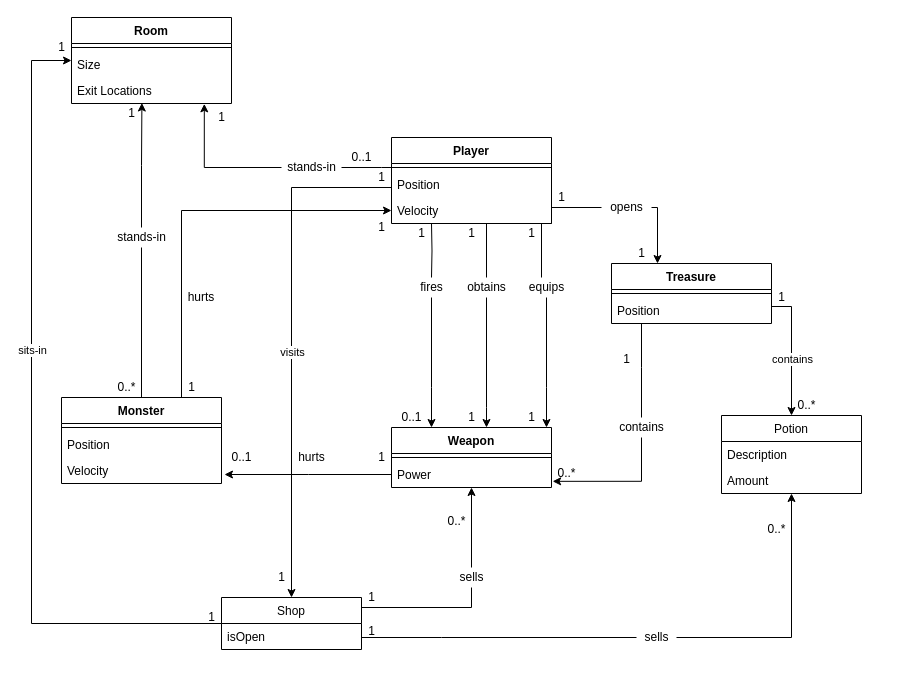
Lisa-Shi/Dungeon_Crawler keeps this draw.io diagram as page "Page-1" (1 of 3) of Diagrams/Final Diagrams/M2DomainModel.drawio. Above is the earlier version. Source tidied: cells renumbered, new cells numbered last; positions are measured from the earlier drawing's top-left corner, leaving out a move shared by most shapes. Both pictures are drawn from the tidied source at 100%, with x=0, y=0 at pixel (31, 17).
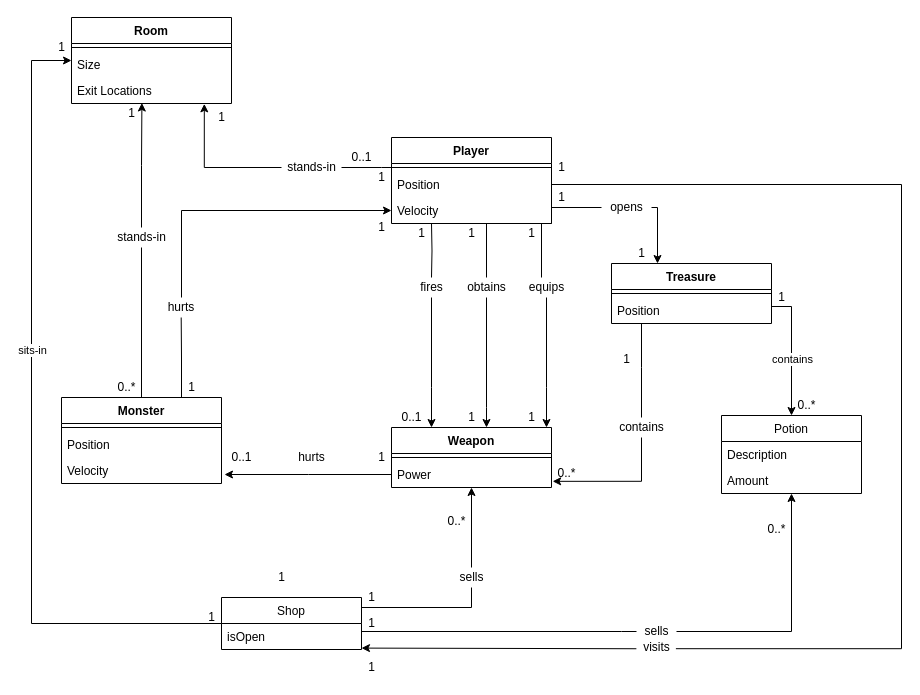
After the change.

Commit message:
Improved look of Domain Model

Unchanged cells that the change refers to:
```xml
<mxCell id="6" value="Player" style="swimlane;fontStyle=1;align=center;verticalAlign=top;horizontal=1;startSize=26;" parent="1" vertex="1">
  <mxGeometry x="360" y="120" width="160" height="86" as="geometry" />
</mxCell>
<mxCell id="8" value="Position" style="text;strokeColor=none;fillColor=none;align=left;verticalAlign=top;spacingLeft=4;spacingRight=4;overflow=hidden;points=[[0,0.5],[1,0.5]];portConstraint=eastwest;" parent="6" vertex="1">
  <mxGeometry y="34" width="160" height="26" as="geometry" />
</mxCell>
<mxCell id="9" value="Velocity" style="text;strokeColor=none;fillColor=none;align=left;verticalAlign=top;spacingLeft=4;spacingRight=4;overflow=hidden;points=[[0,0.5],[1,0.5]];portConstraint=eastwest;" parent="6" vertex="1">
  <mxGeometry y="60" width="160" height="26" as="geometry" />
</mxCell>
<mxCell id="38" value="Monster" style="swimlane;fontStyle=1;align=center;verticalAlign=top;horizontal=1;startSize=26;" parent="1" vertex="1">
  <mxGeometry x="30" y="380" width="160" height="86" as="geometry" />
</mxCell>
<mxCell id="51" value="Shop" style="swimlane;fontStyle=0;horizontal=1;startSize=26;fillColor=none;" parent="1" vertex="1">
  <mxGeometry x="190" y="580" width="140" height="52" as="geometry" />
</mxCell>
<mxCell id="73" value="Potion" style="swimlane;fontStyle=0;horizontal=1;startSize=26;fillColor=none;" parent="1" vertex="1">
  <mxGeometry x="690" y="398" width="140" height="78" as="geometry" />
</mxCell>
```

Diff of the diagram source:
```diff
@@
-    <mxCell id="4" style="edgeStyle=orthogonalEdgeStyle;rounded=0;jettySize=auto;html=1;entryX=0.5;entryY=0;entryDx=0;entryDy=0;" parent="1" edge="1" source="6" target="51">
-      <mxGeometry relative="1" as="geometry">
-        <Array as="points">
-          <mxPoint x="260" y="170" />
-        </Array>
-      </mxGeometry>
-    </mxCell>
-    <mxCell id="5" value="visits" style="edgeLabel;html=1;align=center;verticalAlign=middle;points=[];" parent="4" vertex="1">
-      <mxGeometry x="0.04" y="5" relative="1" as="geometry">
-        <mxPoint x="-5" y="-1" as="offset" />
-      </mxGeometry>
-    </mxCell>
@@
+    <mxCell id="91" style="edgeStyle=orthogonalEdgeStyle;rounded=0;jettySize=auto;html=1;exitX=0.75;exitY=0;exitDx=0;exitDy=0;endArrow=none;endFill=0;" parent="1" edge="1" source="38">
+      <mxGeometry relative="1" as="geometry">
+        <mxPoint x="149.7" y="300" as="targetPoint" />
+      </mxGeometry>
+    </mxCell>
@@
     <mxCell id="50" style="edgeStyle=orthogonalEdgeStyle;rounded=0;jettySize=auto;html=1;startArrow=none;startFill=0;endArrow=classic;endFill=1;" parent="1" edge="1" source="83" target="73">
       <mxGeometry relative="1" as="geometry">
         <Array as="points">
-          <mxPoint x="760" y="620" />
+          <mxPoint x="760" y="614" />
         </Array>
       </mxGeometry>
     </mxCell>
@@
-    <mxCell id="57" style="edgeStyle=orthogonalEdgeStyle;rounded=0;jettySize=auto;html=1;exitX=0.75;exitY=0;exitDx=0;exitDy=0;entryX=0;entryY=0.5;entryDx=0;entryDy=0;" parent="1" edge="1" source="38" target="9">
-      <mxGeometry relative="1" as="geometry" />
-    </mxCell>
@@
     <mxCell id="83" value="sells" style="text;html=1;align=center;verticalAlign=middle;points=[];" parent="1" vertex="1">
-      <mxGeometry x="605" y="610" width="40" height="20" as="geometry" />
+      <mxGeometry x="605" y="604" width="40" height="20" as="geometry" />
     </mxCell>
     <mxCell id="84" style="edgeStyle=orthogonalEdgeStyle;rounded=0;jettySize=auto;html=1;startArrow=none;startFill=0;endArrow=none;endFill=0;" parent="1" edge="1" source="51" target="83">
       <mxGeometry relative="1" as="geometry">
         <Array as="points">
-          <mxPoint x="410" y="620" />
-          <mxPoint x="410" y="620" />
+          <mxPoint x="590" y="614" />
+          <mxPoint x="590" y="614" />
         </Array>
       </mxGeometry>
     </mxCell>
     <mxCell id="85" value="1" style="text;html=1;align=center;verticalAlign=middle;" parent="1" vertex="1">
-      <mxGeometry x="330" y="604" width="20" height="20" as="geometry" />
+      <mxGeometry x="330" y="596" width="20" height="20" as="geometry" />
     </mxCell>
@@
+    <mxCell id="92" style="edgeStyle=orthogonalEdgeStyle;rounded=0;jettySize=auto;html=1;entryX=0;entryY=0.5;entryDx=0;entryDy=0;endArrow=classic;endFill=1;" parent="1" edge="1" source="90" target="9">
+      <mxGeometry relative="1" as="geometry" />
+    </mxCell>
     <mxCell id="90" value="hurts" style="text;html=1;strokeColor=none;fillColor=none;align=center;verticalAlign=middle;whiteSpace=wrap;rounded=0;" parent="1" vertex="1">
-      <mxGeometry x="150" y="270" width="40" height="20" as="geometry" />
+      <mxGeometry x="130" y="280" width="40" height="20" as="geometry" />
     </mxCell>
+    <mxCell id="93" style="edgeStyle=orthogonalEdgeStyle;jettySize=auto;html=1;rounded=0;endArrow=none;endFill=0;entryX=0.985;entryY=0.56;entryDx=0;entryDy=0;entryPerimeter=0;" parent="1" edge="1" source="8" target="5">
+      <mxGeometry relative="1" as="geometry">
+        <Array as="points">
+          <mxPoint x="870" y="167" />
+          <mxPoint x="870" y="631" />
+        </Array>
+      </mxGeometry>
+    </mxCell>
+    <mxCell id="5" value="visits" style="text;html=1;align=center;verticalAlign=middle;points=[];" parent="1" vertex="1">
+      <mxGeometry x="605" y="620" width="40" height="20" as="geometry" />
+    </mxCell>
+    <mxCell id="94" style="endArrow=classic;html=1;exitX=-0.003;exitY=0.562;exitDx=0;exitDy=0;exitPerimeter=0;" parent="1" edge="1" source="5">
+      <mxGeometry relative="1" as="geometry">
+        <mxPoint x="330" y="630.6" as="targetPoint" />
+      </mxGeometry>
+    </mxCell>
+    <mxCell id="95" value="1" style="text;html=1;align=center;verticalAlign=middle;" parent="1" vertex="1">
+      <mxGeometry x="330" y="640" width="20" height="20" as="geometry" />
+    </mxCell>
+    <mxCell id="96" value="1" style="text;html=1;align=center;verticalAlign=middle;" parent="1" vertex="1">
+      <mxGeometry x="520" y="140" width="20" height="20" as="geometry" />
+    </mxCell>
```
